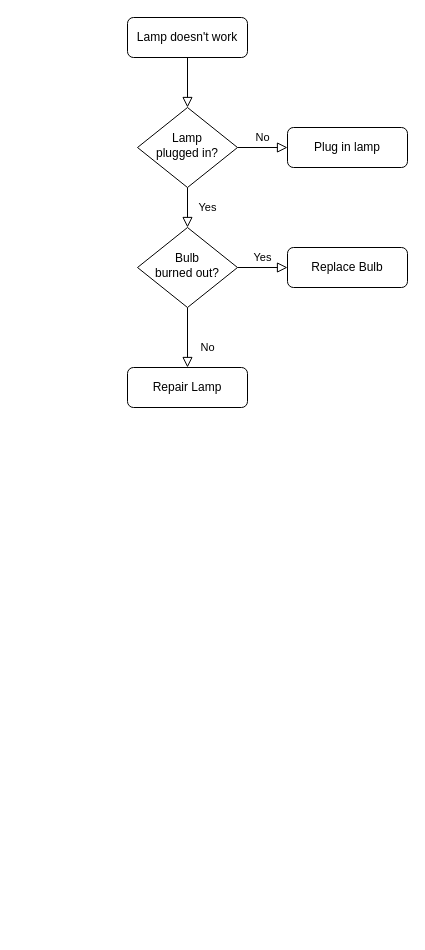
ydhawesome/C- keeps this draw.io diagram as 未命名绘图.drawio. Above is the earlier version. Source tidied: cells renumbered, new cells numbered last; positions are measured from the earlier drawing's top-left corner, leaving out a move shared by most shapes. Both pictures are drawn from the tidied source at 100%, with x=0, y=0 at pixel (127, 17).
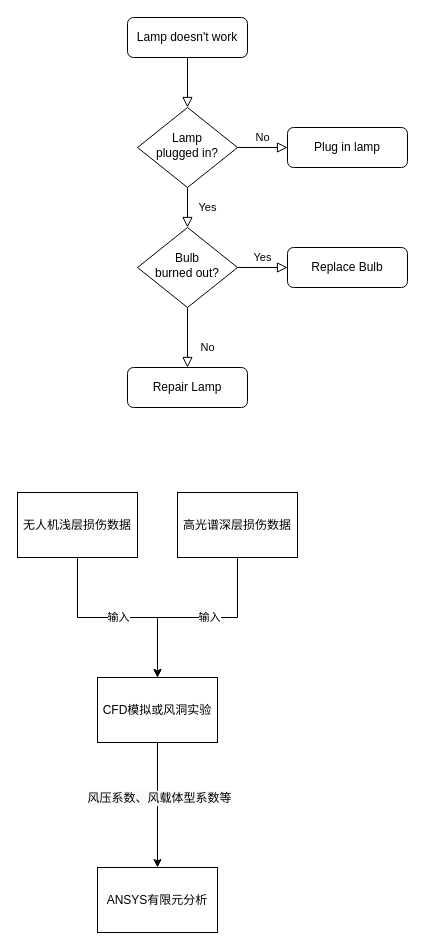
After the change.

Commit message:
更新未命名绘图.drawio

The edit, as a diff of the source:
```diff
@@
+    <mxCell id="13" style="edgeStyle=orthogonalEdgeStyle;rounded=0;jettySize=auto;html=1;exitX=0.5;exitY=1;exitDx=0;exitDy=0;" parent="1" edge="1" source="15" target="21">
+      <mxGeometry relative="1" as="geometry" />
+    </mxCell>
+    <mxCell id="14" value="输入" style="edgeLabel;html=1;align=center;verticalAlign=middle;" parent="13" vertex="1">
+      <mxGeometry x="0.17" y="1" relative="1" as="geometry">
+        <mxPoint x="-17" as="offset" />
+      </mxGeometry>
+    </mxCell>
+    <mxCell id="15" value="无人机浅层损伤数据" style="rounded=0;whiteSpace=wrap;html=1;" parent="1" vertex="1">
+      <mxGeometry x="-110" y="475" width="120" height="65" as="geometry" />
+    </mxCell>
+    <mxCell id="16" style="edgeStyle=orthogonalEdgeStyle;rounded=0;jettySize=auto;html=1;exitX=0.5;exitY=1;exitDx=0;exitDy=0;entryX=0.5;entryY=0;entryDx=0;entryDy=0;" parent="1" edge="1" source="18" target="21">
+      <mxGeometry relative="1" as="geometry" />
+    </mxCell>
+    <mxCell id="17" value="输入" style="edgeLabel;html=1;align=center;verticalAlign=middle;" parent="16" vertex="1">
+      <mxGeometry x="-0.11" y="-1" relative="1" as="geometry" />
+    </mxCell>
+    <mxCell id="18" value="高光谱深层损伤数据" style="rounded=0;whiteSpace=wrap;html=1;" parent="1" vertex="1">
+      <mxGeometry x="50" y="475" width="120" height="65" as="geometry" />
+    </mxCell>
+    <mxCell id="19" style="edgeStyle=orthogonalEdgeStyle;rounded=0;jettySize=auto;html=1;exitX=0.5;exitY=1;exitDx=0;exitDy=0;entryX=0.5;entryY=0;entryDx=0;entryDy=0;" parent="1" edge="1" source="21" target="22">
+      <mxGeometry relative="1" as="geometry" />
+    </mxCell>
+    <mxCell id="20" value="&lt;span style=&quot;font-size: 12px; background-color: rgb(248, 249, 250);&quot;&gt;风压系数、风载体型系数等&lt;/span&gt;" style="edgeLabel;html=1;align=center;verticalAlign=middle;" parent="19" vertex="1">
+      <mxGeometry x="-0.66" y="1" relative="1" as="geometry">
+        <mxPoint y="34" as="offset" />
+      </mxGeometry>
+    </mxCell>
+    <mxCell id="21" value="CFD模拟或风洞实验" style="rounded=0;whiteSpace=wrap;html=1;" parent="1" vertex="1">
+      <mxGeometry x="-30" y="660" width="120" height="65" as="geometry" />
+    </mxCell>
+    <mxCell id="22" value="ANSYS有限元分析" style="rounded=0;whiteSpace=wrap;html=1;" parent="1" vertex="1">
+      <mxGeometry x="-30" y="850" width="120" height="65" as="geometry" />
+    </mxCell>
```
